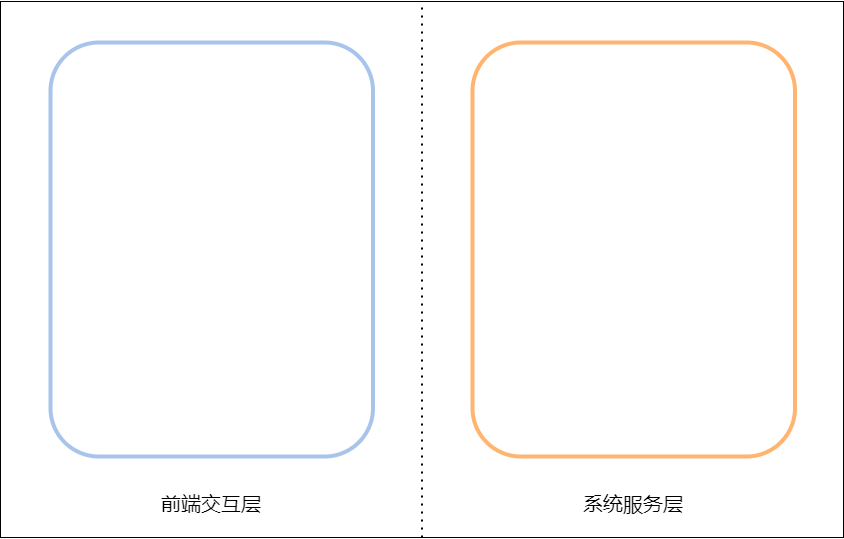
Earlier version of the draw.io export 总体框架图.png (AdamFocus/draw). Source tidied: cells renumbered, new cells last; positions are measured from the earlier drawing's top-left corner, leaving out a move shared by most shapes.
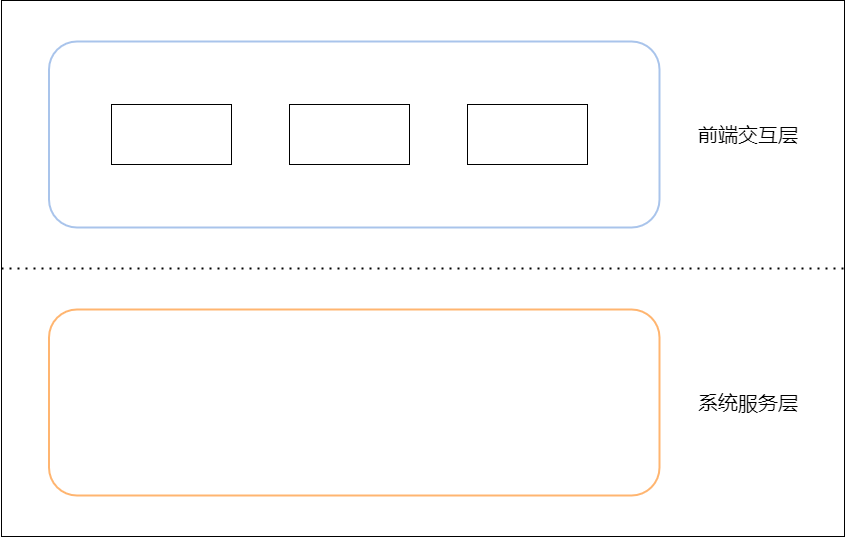
Later version of the same file.

Commit message:
Update 总体框架图.png

What changed in the source:
```diff
@@ -5,20 +5,29 @@
     <mxCell id="2" style="rounded=0;whiteSpace=wrap;html=1;" parent="1" vertex="1">
       <mxGeometry width="843" height="536" as="geometry" />
     </mxCell>
-    <mxCell id="3" style="rounded=1;whiteSpace=wrap;html=1;strokeColor=#A9C4EB;strokeWidth=4;" parent="1" vertex="1">
-      <mxGeometry x="50" y="41" width="322.5" height="414" as="geometry" />
+    <mxCell id="3" style="rounded=1;whiteSpace=wrap;html=1;strokeColor=#A9C4EB;strokeWidth=2;" parent="1" vertex="1">
+      <mxGeometry x="47.5" y="41" width="610.5" height="186" as="geometry" />
     </mxCell>
+    <mxCell id="6" style="endArrow=none;dashed=1;html=1;dashPattern=1 3;strokeWidth=2;rounded=0;exitX=0;exitY=0.5;exitDx=0;exitDy=0;entryX=1;entryY=0.5;entryDx=0;entryDy=0;" parent="1" edge="1" source="2" target="2">
+      <mxGeometry relative="1" as="geometry" />
+    </mxCell>
+    <mxCell id="8" style="rounded=1;whiteSpace=wrap;html=1;strokeColor=#FFB570;strokeWidth=2;" parent="1" vertex="1">
+      <mxGeometry x="47.5" y="309" width="610.5" height="186" as="geometry" />
+    </mxCell>
     <mxCell id="4" value="&lt;font style=&quot;font-size: 20px&quot;&gt;前端交互层&lt;/font&gt;" style="text;html=1;strokeColor=none;fillColor=none;align=center;verticalAlign=middle;whiteSpace=wrap;rounded=0;" parent="1" vertex="1">
-      <mxGeometry x="108.2" y="487" width="206" height="30" as="geometry" />
+      <mxGeometry x="644" y="119" width="206" height="30" as="geometry" />
     </mxCell>
     <mxCell id="5" value="&lt;font style=&quot;font-size: 20px&quot;&gt;系统服务层&lt;/font&gt;" style="text;html=1;strokeColor=none;fillColor=none;align=center;verticalAlign=middle;whiteSpace=wrap;rounded=0;" parent="1" vertex="1">
-      <mxGeometry x="530.2" y="487" width="206" height="30" as="geometry" />
+      <mxGeometry x="644" y="387" width="206" height="30" as="geometry" />
     </mxCell>
-    <mxCell id="6" style="endArrow=none;dashed=1;html=1;dashPattern=1 3;strokeWidth=2;rounded=0;fontSize=20;entryX=0.5;entryY=0;entryDx=0;entryDy=0;exitX=0.5;exitY=1;exitDx=0;exitDy=0;" parent="1" edge="1" source="2" target="2">
-      <mxGeometry relative="1" as="geometry" />
-    </mxCell>
-    <mxCell id="7" style="rounded=1;whiteSpace=wrap;html=1;strokeColor=#FFB570;strokeWidth=4;" parent="1" vertex="1">
-      <mxGeometry x="472" y="41" width="322.5" height="414" as="geometry" />
-    </mxCell>
+    <mxCell id="9" style="rounded=0;whiteSpace=wrap;html=1;fontSize=20;strokeColor=#000000;strokeWidth=1;" parent="1" vertex="1">
+      <mxGeometry x="110" y="104" width="120" height="60" as="geometry" />
+    </mxCell>
+    <mxCell id="10" style="rounded=0;whiteSpace=wrap;html=1;fontSize=20;strokeColor=#000000;strokeWidth=1;" parent="1" vertex="1">
+      <mxGeometry x="288" y="104" width="120" height="60" as="geometry" />
+    </mxCell>
+    <mxCell id="11" style="rounded=0;whiteSpace=wrap;html=1;fontSize=20;strokeColor=#000000;strokeWidth=1;" parent="1" vertex="1">
+      <mxGeometry x="466" y="104" width="120" height="60" as="geometry" />
+    </mxCell>
   </root>
 </mxGraphModel>
```
